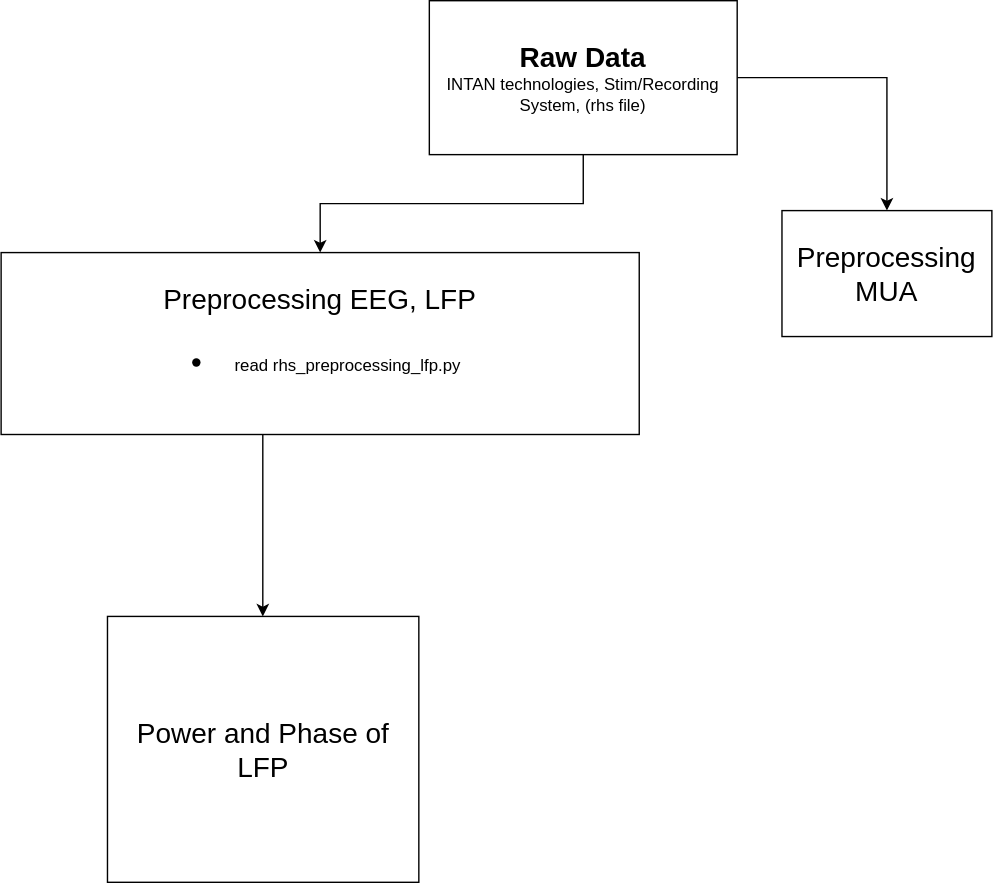
Earlier version of the draw.io export Mouse_pci_analysis_pipeline_uio.drawio.svg (chrihoni/University-of-Oslo_PCI_Mouse_Analysis). Source tidied: cells renumbered, new cells last; positions are measured from the earlier drawing's top-left corner, leaving out a move shared by most shapes.
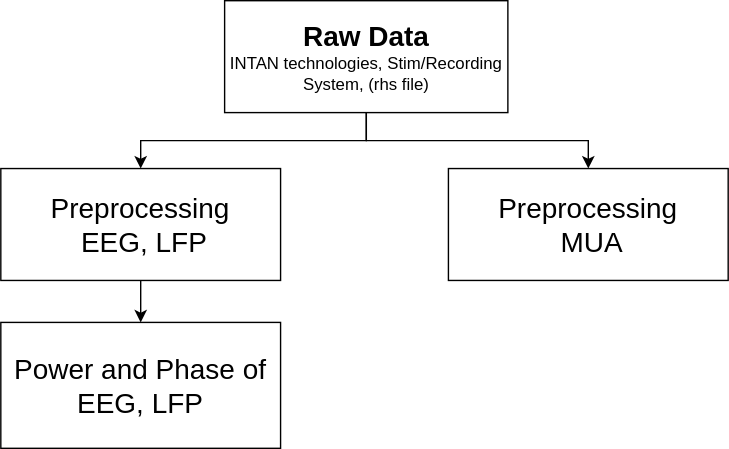
After the change.

What changed in the source:
```diff
@@ -9,24 +9,19 @@
       <mxGeometry relative="1" as="geometry" />
     </mxCell>
     <mxCell id="4" value="&lt;font style=&quot;font-size: 20px;&quot;&gt;&lt;b&gt;Raw Data&lt;/b&gt;&lt;/font&gt;&lt;br&gt;INTAN technologies,&amp;nbsp;&lt;span lang=&quot;EN-US&quot;&gt;Stim/Recording System, (&lt;/span&gt;rhs file)" style="rounded=0;whiteSpace=wrap;html=1;" parent="1" vertex="1">
-      <mxGeometry x="306" width="220" height="110" as="geometry" />
+      <mxGeometry x="316" y="-80" width="202.5" height="80" as="geometry" />
     </mxCell>
-    <mxCell id="5" style="edgeStyle=orthogonalEdgeStyle;rounded=0;jettySize=auto;html=1;fontSize=20;" parent="1" edge="1" source="6" target="7">
-      <mxGeometry relative="1" as="geometry">
-        <Array as="points">
-          <mxPoint x="187" y="340" />
-          <mxPoint x="187" y="340" />
-        </Array>
-      </mxGeometry>
+    <mxCell id="5" style="edgeStyle=orthogonalEdgeStyle;rounded=0;jettySize=auto;html=1;fontSize=12;" parent="1" edge="1" source="6" target="7">
+      <mxGeometry relative="1" as="geometry" />
     </mxCell>
-    <mxCell id="6" value="&lt;span style=&quot;&quot;&gt;Preprocessing EEG, LFP&lt;br&gt;&lt;ul&gt;&lt;li&gt;&lt;span style=&quot;&quot;&gt;&lt;font style=&quot;font-size: 12px;&quot;&gt;read rhs_preprocessing_lfp.py&lt;/font&gt;&lt;br&gt;&lt;/span&gt;&lt;/li&gt;&lt;/ul&gt;&lt;/span&gt;" style="rounded=0;whiteSpace=wrap;html=1;fontSize=20;" parent="1" vertex="1">
-      <mxGeometry y="180" width="456" height="130" as="geometry" />
+    <mxCell id="6" value="&lt;span style=&quot;&quot;&gt;Preprocessing&lt;br&gt;&amp;nbsp;EEG, LFP&lt;br&gt;&lt;/span&gt;" style="rounded=0;whiteSpace=wrap;html=1;fontSize=20;" parent="1" vertex="1">
+      <mxGeometry x="156" y="40" width="200" height="80" as="geometry" />
     </mxCell>
-    <mxCell id="7" value="Power and Phase of LFP" style="rounded=0;whiteSpace=wrap;html=1;fontSize=20;" parent="1" vertex="1">
-      <mxGeometry x="76" y="440" width="222.5" height="190" as="geometry" />
+    <mxCell id="7" value="Power and Phase of EEG, LFP" style="rounded=0;whiteSpace=wrap;html=1;fontSize=20;" parent="1" vertex="1">
+      <mxGeometry x="156" y="150" width="200" height="90" as="geometry" />
     </mxCell>
-    <mxCell id="8" value="&lt;span style=&quot;&quot;&gt;Preprocessing MUA&lt;/span&gt;" style="rounded=0;whiteSpace=wrap;html=1;fontSize=20;" parent="1" vertex="1">
-      <mxGeometry x="558" y="150" width="150" height="90" as="geometry" />
+    <mxCell id="8" value="&lt;span style=&quot;&quot;&gt;Preprocessing&lt;br&gt;&amp;nbsp;MUA&lt;/span&gt;" style="rounded=0;whiteSpace=wrap;html=1;fontSize=20;" parent="1" vertex="1">
+      <mxGeometry x="476" y="40" width="200" height="80" as="geometry" />
     </mxCell>
   </root>
 </mxGraphModel>
```
